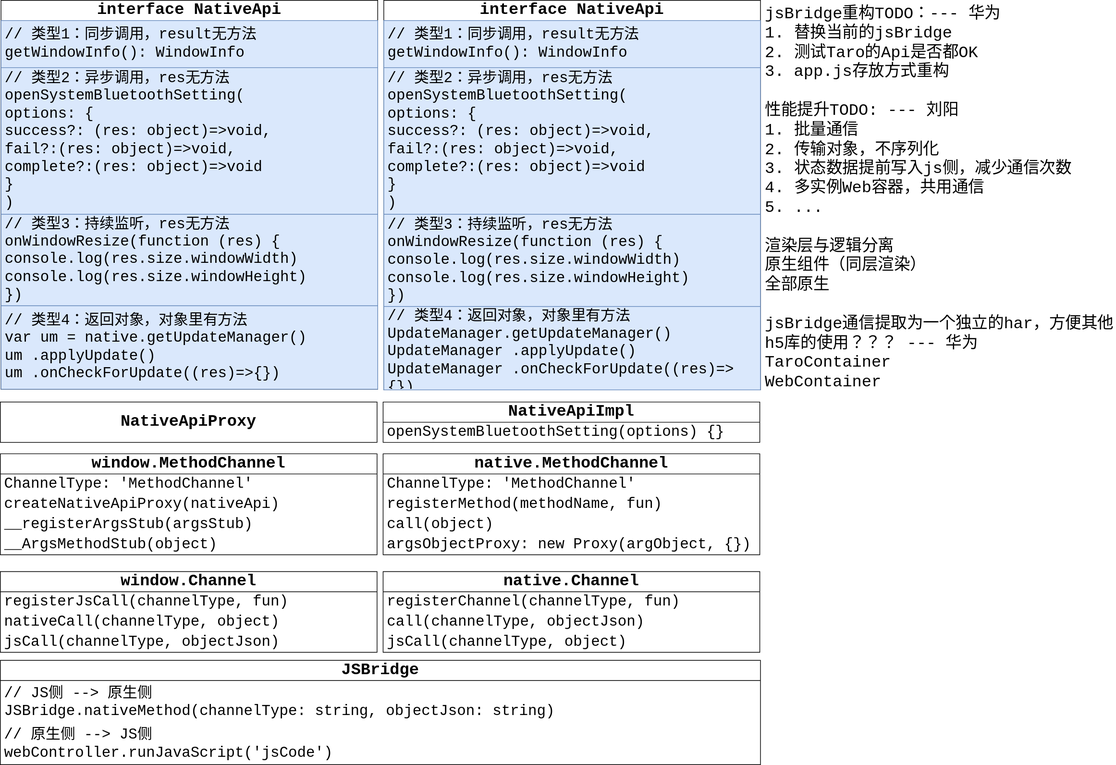
Earlier version of the draw.io export design/drawio/jsBridge通信2.drawio.svg (jiangfeng52/harmonyos-shell). Source tidied: cells renumbered, new cells last; positions are measured from the earlier drawing's top-left corner, leaving out a move shared by most shapes.
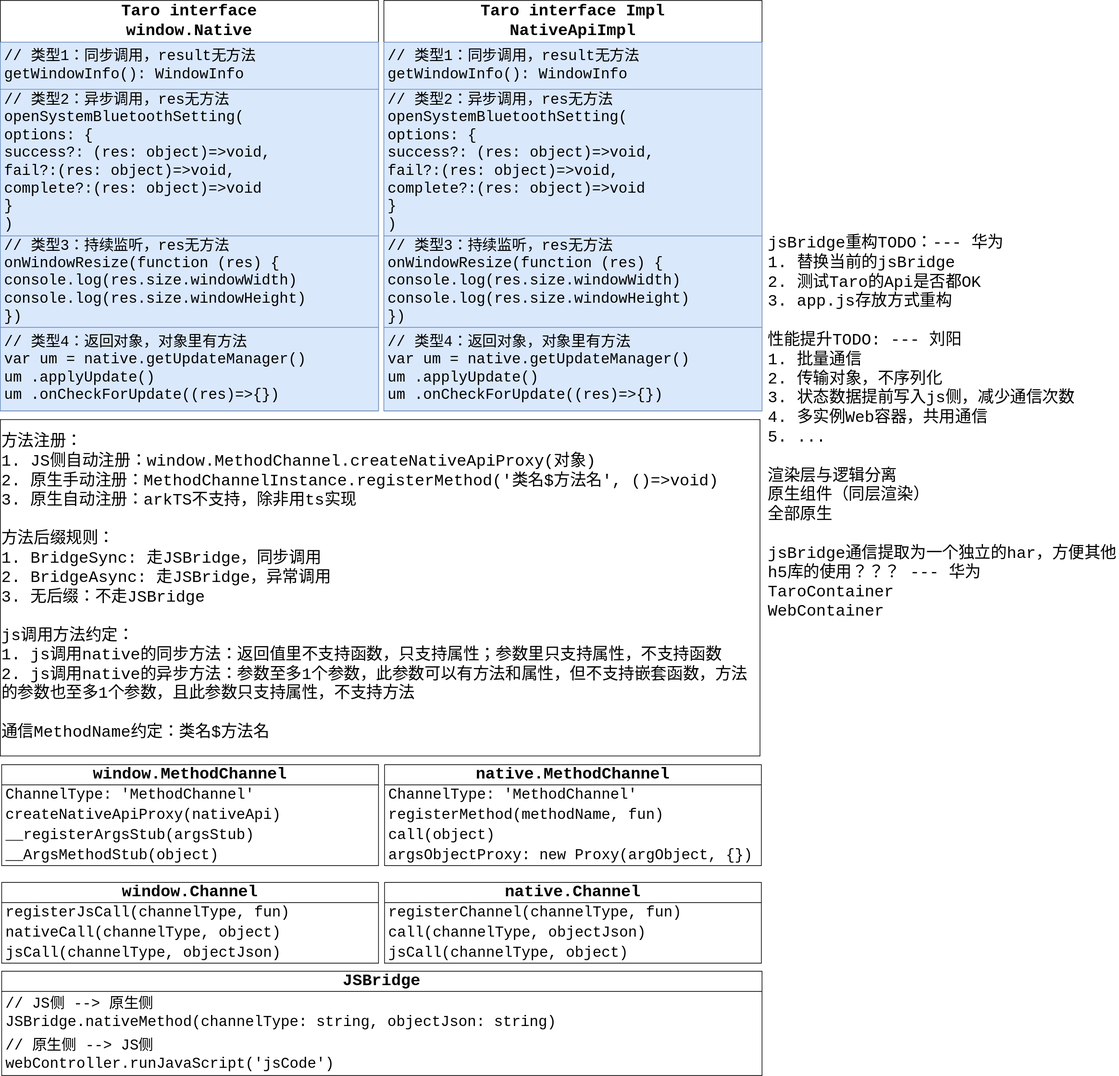
Above is the later version.

Change to the diagram source:
```diff
@@ -50,24 +50,21 @@
     <mxCell id="17" value="__ArgsMethodStub(object)" style="text;strokeColor=none;fillColor=none;align=left;verticalAlign=middle;spacingLeft=4;spacingRight=4;overflow=hidden;whiteSpace=wrap;html=1;fontSize=22;hachureGap=4;fontFamily=Courier New;" parent="13" vertex="1">
       <mxGeometry y="120" width="560" height="30" as="geometry" />
     </mxCell>
-    <mxCell id="18" value="interface NativeApi" style="swimlane;fontStyle=1;horizontal=1;startSize=30;whiteSpace=wrap;html=1;hachureGap=4;fontFamily=Courier New;fontSize=24;" parent="1" vertex="1">
-      <mxGeometry x="1" width="560" height="578" as="geometry" />
+    <mxCell id="18" value="Taro interface&lt;br&gt;window.Native" style="swimlane;fontStyle=1;horizontal=1;startSize=62;whiteSpace=wrap;html=1;hachureGap=4;fontFamily=Courier New;fontSize=24;" parent="1" vertex="1">
+      <mxGeometry x="-2" y="-462" width="562" height="610" as="geometry" />
     </mxCell>
     <mxCell id="19" value="// 类型1：同步调用，result无方法&lt;br&gt;getWindowInfo(): WindowInfo" style="text;strokeColor=#6c8ebf;fillColor=#dae8fc;align=left;verticalAlign=middle;spacingLeft=4;spacingRight=4;overflow=hidden;whiteSpace=wrap;html=1;fontSize=22;hachureGap=4;fontFamily=Courier New;" parent="18" vertex="1">
-      <mxGeometry y="30" width="560" height="70" as="geometry" />
+      <mxGeometry y="62" width="562" height="70" as="geometry" />
     </mxCell>
     <mxCell id="20" value="// 类型2：异步调用，res无方法&lt;br style=&quot;border-color: var(--border-color);&quot;&gt;openSystemBluetoothSetting(&lt;br style=&quot;border-color: var(--border-color);&quot;&gt;&amp;nbsp; options:&amp;nbsp;&lt;span style=&quot;border-color: var(--border-color); background-color: initial;&quot;&gt;{&lt;/span&gt;&lt;div style=&quot;border-color: var(--border-color);&quot;&gt;&amp;nbsp; &amp;nbsp; success?: (res: object)=&amp;gt;void,&lt;/div&gt;&lt;div style=&quot;border-color: var(--border-color);&quot;&gt;&amp;nbsp; &amp;nbsp; fail?:(res: object)=&amp;gt;void,&lt;/div&gt;&lt;div style=&quot;border-color: var(--border-color);&quot;&gt;&amp;nbsp; &amp;nbsp; complete?:(res: object)=&amp;gt;void&lt;/div&gt;&lt;div style=&quot;border-color: var(--border-color);&quot;&gt;&amp;nbsp; }&lt;/div&gt;)" style="text;strokeColor=#6c8ebf;fillColor=#dae8fc;align=left;verticalAlign=middle;spacingLeft=4;spacingRight=4;overflow=hidden;whiteSpace=wrap;html=1;fontSize=22;hachureGap=4;fontFamily=Courier New;" parent="18" vertex="1">
-      <mxGeometry y="100" width="560" height="218" as="geometry" />
+      <mxGeometry y="132" width="562" height="218" as="geometry" />
     </mxCell>
     <mxCell id="21" value="// 类型3：持续监听，res无方法&lt;br style=&quot;border-color: var(--border-color);&quot;&gt;&lt;div&gt;onWindowResize(function (res) {&lt;/div&gt;&lt;div&gt;&amp;nbsp; console.log(res.size.windowWidth)&lt;/div&gt;&lt;div&gt;&amp;nbsp; console.log(res.size.windowHeight)&lt;/div&gt;&lt;div&gt;})&lt;/div&gt;" style="text;strokeColor=#6c8ebf;fillColor=#dae8fc;align=left;verticalAlign=middle;spacingLeft=4;spacingRight=4;overflow=hidden;whiteSpace=wrap;html=1;fontSize=22;hachureGap=4;fontFamily=Courier New;" parent="18" vertex="1">
-      <mxGeometry y="318" width="560" height="136" as="geometry" />
+      <mxGeometry y="350" width="562" height="136" as="geometry" />
     </mxCell>
     <mxCell id="22" value="// 类型4：返回对象，对象里有方法&lt;br&gt;&lt;div&gt;var um = native.getUpdateManager()&lt;/div&gt;um&lt;span style=&quot;background-color: initial;&quot;&gt;.applyUpdate()&lt;/span&gt;&lt;br&gt;um&lt;span style=&quot;background-color: initial;&quot;&gt;.onCheckForUpdate((res)=&amp;gt;{})&lt;/span&gt;" style="text;strokeColor=#6c8ebf;fillColor=#dae8fc;align=left;verticalAlign=middle;spacingLeft=4;spacingRight=4;overflow=hidden;whiteSpace=wrap;html=1;fontSize=22;hachureGap=4;fontFamily=Courier New;" parent="18" vertex="1">
-      <mxGeometry y="454" width="560" height="124" as="geometry" />
+      <mxGeometry y="486" width="562" height="124" as="geometry" />
     </mxCell>
-    <mxCell id="23" value="NativeApiProxy" style="rounded=0;whiteSpace=wrap;html=1;hachureGap=4;fontFamily=Courier New;fontSize=24;fontStyle=1;" parent="1" vertex="1">
-      <mxGeometry y="597" width="560" height="60" as="geometry" />
-    </mxCell>
     <mxCell id="24" value="native.MethodChannel" style="swimlane;fontStyle=1;horizontal=1;startSize=30;whiteSpace=wrap;html=1;hachureGap=4;fontFamily=Courier New;fontSize=24;" parent="1" vertex="1">
       <mxGeometry x="569" y="674" width="560" height="150" as="geometry" />
     </mxCell>
@@ -83,29 +80,26 @@
     <mxCell id="28" value="argsObjectProxy:&amp;nbsp;new Proxy(argObject, {})" style="text;strokeColor=none;fillColor=none;align=left;verticalAlign=middle;spacingLeft=4;spacingRight=4;overflow=hidden;whiteSpace=wrap;html=1;fontSize=22;hachureGap=4;fontFamily=Courier New;" parent="24" vertex="1">
       <mxGeometry y="120" width="560" height="30" as="geometry" />
     </mxCell>
-    <mxCell id="29" value="NativeApiImpl" style="swimlane;fontStyle=1;horizontal=1;startSize=30;whiteSpace=wrap;html=1;hachureGap=4;fontFamily=Courier New;fontSize=24;" parent="1" vertex="1">
-      <mxGeometry x="569" y="597" width="560" height="60" as="geometry" />
-    </mxCell>
-    <mxCell id="30" value="openSystemBluetoothSetting(options) {}" style="text;strokeColor=none;fillColor=none;align=left;verticalAlign=middle;spacingLeft=4;spacingRight=4;overflow=hidden;whiteSpace=wrap;html=1;fontSize=22;hachureGap=4;fontFamily=Courier New;" parent="29" vertex="1">
-      <mxGeometry y="30" width="560" height="30" as="geometry" />
-    </mxCell>
-    <mxCell id="31" value="interface NativeApi" style="swimlane;fontStyle=1;horizontal=1;startSize=30;whiteSpace=wrap;html=1;hachureGap=4;fontFamily=Courier New;fontSize=24;" parent="1" vertex="1">
-      <mxGeometry x="570" width="560" height="579" as="geometry" />
-    </mxCell>
+    <mxCell id="36" value="jsBridge重构TODO：--- 华为&lt;br&gt;1. 替换当前的jsBridge&amp;nbsp;&lt;br style=&quot;border-color: var(--border-color);&quot;&gt;2. 测试Taro的Api是否都OK&amp;nbsp;&lt;br style=&quot;border-color: var(--border-color);&quot;&gt;3. app.js存放方式重构&amp;nbsp;&lt;br&gt;&lt;br&gt;性能提升TODO: --- 刘阳&lt;br&gt;1. 批量通信&lt;br&gt;2. 传输对象，不序列化&lt;br&gt;3. 状态数据提前写入js侧，减少通信次数&lt;br&gt;4. 多实例Web容器，共用通信&lt;br&gt;5. ...&lt;br&gt;&lt;br&gt;渲染层与逻辑分离&lt;br&gt;原生组件（同层渲染）&lt;br&gt;全部原生&lt;br&gt;&lt;br&gt;jsBridge通信提取为一个独立的har，方便其他h5库的使用？？？ --- 华为&lt;br&gt;TaroContainer&lt;br&gt;WebContainer" style="text;html=1;strokeColor=none;fillColor=none;align=left;verticalAlign=top;whiteSpace=wrap;rounded=0;sketch=0;hachureGap=4;jiggle=2;curveFitting=1;fontFamily=Courier New;fontSize=24;" parent="1" vertex="1">
+      <mxGeometry x="1137" y="-121" width="523" height="600" as="geometry" />
+    </mxCell>
+    <mxCell id="37" value="Taro interface Impl&lt;br&gt;NativeApiImpl" style="swimlane;fontStyle=1;horizontal=1;startSize=62;whiteSpace=wrap;html=1;hachureGap=4;fontFamily=Courier New;fontSize=24;" parent="1" vertex="1">
+      <mxGeometry x="568" y="-462" width="562" height="610" as="geometry" />
+    </mxCell>
-    <mxCell id="32" value="// 类型1：同步调用，result无方法&lt;br&gt;getWindowInfo(): WindowInfo" style="text;strokeColor=#6c8ebf;fillColor=#dae8fc;align=left;verticalAlign=middle;spacingLeft=4;spacingRight=4;overflow=hidden;whiteSpace=wrap;html=1;fontSize=22;hachureGap=4;fontFamily=Courier New;" parent="31" vertex="1">
-      <mxGeometry y="30" width="560" height="70" as="geometry" />
+    <mxCell id="32" value="// 类型1：同步调用，result无方法&lt;br&gt;getWindowInfo(): WindowInfo" style="text;strokeColor=#6c8ebf;fillColor=#dae8fc;align=left;verticalAlign=middle;spacingLeft=4;spacingRight=4;overflow=hidden;whiteSpace=wrap;html=1;fontSize=22;hachureGap=4;fontFamily=Courier New;" parent="37" vertex="1">
+      <mxGeometry y="62" width="562" height="70" as="geometry" />
     </mxCell>
-    <mxCell id="33" value="// 类型2：异步调用，res无方法&lt;br style=&quot;border-color: var(--border-color);&quot;&gt;openSystemBluetoothSetting(&lt;br style=&quot;border-color: var(--border-color);&quot;&gt;&amp;nbsp; options:&amp;nbsp;&lt;span style=&quot;border-color: var(--border-color); background-color: initial;&quot;&gt;{&lt;/span&gt;&lt;div style=&quot;border-color: var(--border-color);&quot;&gt;&amp;nbsp; &amp;nbsp; success?: (res: object)=&amp;gt;void,&lt;/div&gt;&lt;div style=&quot;border-color: var(--border-color);&quot;&gt;&amp;nbsp; &amp;nbsp; fail?:(res: object)=&amp;gt;void,&lt;/div&gt;&lt;div style=&quot;border-color: var(--border-color);&quot;&gt;&amp;nbsp; &amp;nbsp; complete?:(res: object)=&amp;gt;void&lt;/div&gt;&lt;div style=&quot;border-color: var(--border-color);&quot;&gt;&amp;nbsp; }&lt;/div&gt;)" style="text;strokeColor=#6c8ebf;fillColor=#dae8fc;align=left;verticalAlign=middle;spacingLeft=4;spacingRight=4;overflow=hidden;whiteSpace=wrap;html=1;fontSize=22;hachureGap=4;fontFamily=Courier New;" parent="31" vertex="1">
-      <mxGeometry y="100" width="560" height="218" as="geometry" />
+    <mxCell id="33" value="// 类型2：异步调用，res无方法&lt;br style=&quot;border-color: var(--border-color);&quot;&gt;openSystemBluetoothSetting(&lt;br style=&quot;border-color: var(--border-color);&quot;&gt;&amp;nbsp; options:&amp;nbsp;&lt;span style=&quot;border-color: var(--border-color); background-color: initial;&quot;&gt;{&lt;/span&gt;&lt;div style=&quot;border-color: var(--border-color);&quot;&gt;&amp;nbsp; &amp;nbsp; success?: (res: object)=&amp;gt;void,&lt;/div&gt;&lt;div style=&quot;border-color: var(--border-color);&quot;&gt;&amp;nbsp; &amp;nbsp; fail?:(res: object)=&amp;gt;void,&lt;/div&gt;&lt;div style=&quot;border-color: var(--border-color);&quot;&gt;&amp;nbsp; &amp;nbsp; complete?:(res: object)=&amp;gt;void&lt;/div&gt;&lt;div style=&quot;border-color: var(--border-color);&quot;&gt;&amp;nbsp; }&lt;/div&gt;)" style="text;strokeColor=#6c8ebf;fillColor=#dae8fc;align=left;verticalAlign=middle;spacingLeft=4;spacingRight=4;overflow=hidden;whiteSpace=wrap;html=1;fontSize=22;hachureGap=4;fontFamily=Courier New;" parent="37" vertex="1">
+      <mxGeometry y="132" width="562" height="218" as="geometry" />
     </mxCell>
-    <mxCell id="34" value="// 类型3：持续监听，res无方法&lt;br style=&quot;border-color: var(--border-color);&quot;&gt;&lt;div style=&quot;border-color: var(--border-color);&quot;&gt;onWindowResize(function (res) {&lt;/div&gt;&lt;div style=&quot;border-color: var(--border-color);&quot;&gt;&amp;nbsp; console.log(res.size.windowWidth)&lt;/div&gt;&lt;div style=&quot;border-color: var(--border-color);&quot;&gt;&amp;nbsp; console.log(res.size.windowHeight)&lt;/div&gt;&lt;div style=&quot;border-color: var(--border-color);&quot;&gt;})&lt;/div&gt;" style="text;strokeColor=#6c8ebf;fillColor=#dae8fc;align=left;verticalAlign=middle;spacingLeft=4;spacingRight=4;overflow=hidden;whiteSpace=wrap;html=1;fontSize=22;hachureGap=4;fontFamily=Courier New;" parent="31" vertex="1">
-      <mxGeometry y="318" width="560" height="137" as="geometry" />
+    <mxCell id="34" value="// 类型3：持续监听，res无方法&lt;br style=&quot;border-color: var(--border-color);&quot;&gt;&lt;div&gt;onWindowResize(function (res) {&lt;/div&gt;&lt;div&gt;&amp;nbsp; console.log(res.size.windowWidth)&lt;/div&gt;&lt;div&gt;&amp;nbsp; console.log(res.size.windowHeight)&lt;/div&gt;&lt;div&gt;})&lt;/div&gt;" style="text;strokeColor=#6c8ebf;fillColor=#dae8fc;align=left;verticalAlign=middle;spacingLeft=4;spacingRight=4;overflow=hidden;whiteSpace=wrap;html=1;fontSize=22;hachureGap=4;fontFamily=Courier New;" parent="37" vertex="1">
+      <mxGeometry y="350" width="562" height="136" as="geometry" />
     </mxCell>
-    <mxCell id="35" value="// 类型4：返回对象，对象里有方法&lt;br&gt;&lt;div&gt;UpdateManager.getUpdateManager()&lt;/div&gt;UpdateManager&lt;span style=&quot;background-color: initial;&quot;&gt;.applyUpdate()&lt;/span&gt;&lt;br&gt;UpdateManager&lt;span style=&quot;background-color: initial;&quot;&gt;.onCheckForUpdate((res)=&amp;gt;{})&lt;/span&gt;" style="text;strokeColor=#6c8ebf;fillColor=#dae8fc;align=left;verticalAlign=middle;spacingLeft=4;spacingRight=4;overflow=hidden;whiteSpace=wrap;html=1;fontSize=22;hachureGap=4;fontFamily=Courier New;" parent="31" vertex="1">
-      <mxGeometry y="455" width="560" height="124" as="geometry" />
-    </mxCell>
-    <mxCell id="36" value="jsBridge重构TODO：--- 华为&lt;br&gt;1. 替换当前的jsBridge&amp;nbsp;&lt;br style=&quot;border-color: var(--border-color);&quot;&gt;2. 测试Taro的Api是否都OK&amp;nbsp;&lt;br style=&quot;border-color: var(--border-color);&quot;&gt;3. app.js存放方式重构&amp;nbsp;&lt;br&gt;&lt;br&gt;性能提升TODO: --- 刘阳&lt;br&gt;1. 批量通信&lt;br&gt;2. 传输对象，不序列化&lt;br&gt;3. 状态数据提前写入js侧，减少通信次数&lt;br&gt;4. 多实例Web容器，共用通信&lt;br&gt;5. ...&lt;br&gt;&lt;br&gt;渲染层与逻辑分离&lt;br&gt;原生组件（同层渲染）&lt;br&gt;全部原生&lt;br&gt;&lt;br&gt;jsBridge通信提取为一个独立的har，方便其他h5库的使用？？？ --- 华为&lt;br&gt;TaroContainer&lt;br&gt;WebContainer" style="text;html=1;strokeColor=none;fillColor=none;align=left;verticalAlign=top;whiteSpace=wrap;rounded=0;sketch=0;hachureGap=4;jiggle=2;curveFitting=1;fontFamily=Courier New;fontSize=24;" parent="1" vertex="1">
-      <mxGeometry x="1135" width="523" height="744" as="geometry" />
-    </mxCell>
+    <mxCell id="38" value="// 类型4：返回对象，对象里有方法&lt;br&gt;&lt;div&gt;var um = native.getUpdateManager()&lt;/div&gt;um&lt;span style=&quot;background-color: initial;&quot;&gt;.applyUpdate()&lt;/span&gt;&lt;br&gt;um&lt;span style=&quot;background-color: initial;&quot;&gt;.onCheckForUpdate((res)=&amp;gt;{})&lt;/span&gt;" style="text;strokeColor=#6c8ebf;fillColor=#dae8fc;align=left;verticalAlign=middle;spacingLeft=4;spacingRight=4;overflow=hidden;whiteSpace=wrap;html=1;fontSize=22;hachureGap=4;fontFamily=Courier New;" parent="37" vertex="1">
+      <mxGeometry y="486" width="562" height="124" as="geometry" />
+    </mxCell>
+    <mxCell id="39" value="方法注册：&lt;br&gt;1. JS侧自动注册：window.MethodChannel.createNativeApiProxy(对象)&lt;br&gt;2. 原生手动注册：MethodChannelInstance.registerMethod('类名$方法名', ()=&amp;gt;void)&lt;br&gt;3. 原生自动注册：arkTS不支持，除非用ts实现&lt;br&gt;&lt;br&gt;方法后缀规则：&lt;br&gt;1. BridgeSync: 走JSBridge，同步调用&lt;br&gt;2. BridgeAsync: 走JSBridge，异常调用&lt;br&gt;3. 无后缀：不走JSBridge&lt;br&gt;&lt;br&gt;js调用方法约定：&lt;br&gt;1. js调用native的同步方法：返回值里不支持函数，只支持属性；参数里只支持属性，不支持函数&lt;br&gt;2. js调用native的异步方法：参数至多1个参数，此参数可以有方法和属性，但不支持嵌套函数，方法的参数也至多1个参数，且此参数只支持属性，不支持方法&lt;br&gt;&lt;br&gt;通信MethodName约定：类名$方法名" style="rounded=0;whiteSpace=wrap;html=1;align=left;fontFamily=Courier New;fontSize=24;" parent="1" vertex="1">
+      <mxGeometry x="-2" y="161" width="1129" height="500" as="geometry" />
+    </mxCell>
   </root>
 </mxGraphModel>
```
